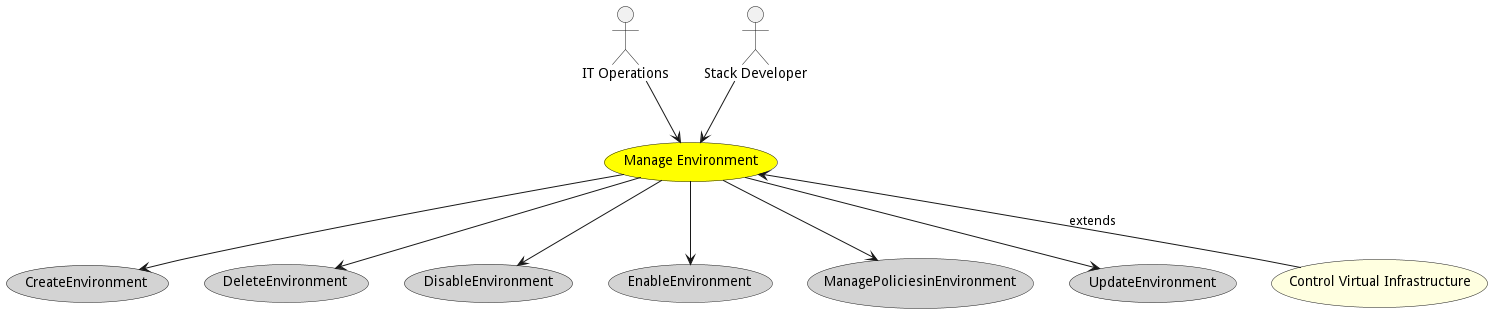
This is docs/edgemere/aml/ds/em/usecases/manageenvironment/Activities.png from madajaju/edgemere, a PlantUML export, as it was before one commit.
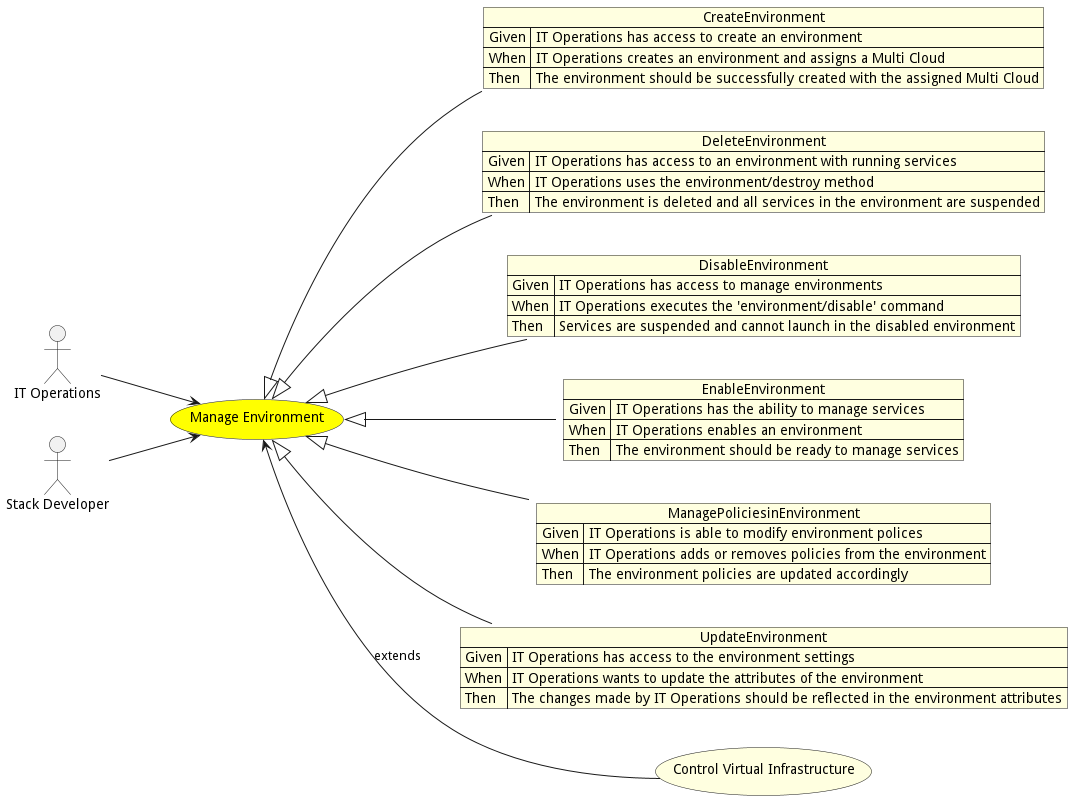
The same diagram one commit later.

What changed in the source:
```diff
@@ -1,5 +1,7 @@
 @startuml
 
+
+left to right direction
 
 usecase "Manage Environment" as ManageEnvironment #yellow
 
@@ -13,29 +15,53 @@
 
 
 
-usecase "CreateEnvironment" as CreateEnvironment #lightgrey
+json CreateEnvironment #lightyellow {
+    "Given": "IT Operations has access to create an environment",
+    "When": "IT Operations creates an environment and assigns a Multi Cloud ",
+    "Then": "The environment should be successfully created with the assigned Multi Cloud"
+}
 
-ManageEnvironment --> CreateEnvironment
+ManageEnvironment <|-- CreateEnvironment
 
-usecase "DeleteEnvironment" as DeleteEnvironment #lightgrey
+json DeleteEnvironment #lightyellow {
+    "Given": "IT Operations has access to an environment with running services",
+    "When": "IT Operations uses the environment/destroy method",
+    "Then": "The environment is deleted and all services in the environment are suspended"
+}
 
-ManageEnvironment --> DeleteEnvironment
+ManageEnvironment <|-- DeleteEnvironment
 
-usecase "DisableEnvironment" as DisableEnvironment #lightgrey
+json DisableEnvironment #lightyellow {
+    "Given": "IT Operations has access to manage environments",
+    "When": "IT Operations executes the &#39;environment/disable&#39; command",
+    "Then": "Services are suspended and cannot launch in the disabled environment"
+}
 
-ManageEnvironment --> DisableEnvironment
+ManageEnvironment <|-- DisableEnvironment
 
-usecase "EnableEnvironment" as EnableEnvironment #lightgrey
+json EnableEnvironment #lightyellow {
+    "Given": "IT Operations has the ability to manage services",
+    "When": "IT Operations enables an environment",
+    "Then": "The environment should be ready to manage services"
+}
 
-ManageEnvironment --> EnableEnvironment
+ManageEnvironment <|-- EnableEnvironment
 
-usecase "ManagePoliciesinEnvironment" as ManagePoliciesinEnvironment #lightgrey
+json ManagePoliciesinEnvironment #lightyellow {
+    "Given": "IT Operations is able to modify environment polices",
+    "When": "IT Operations adds or removes policies from the environment",
+    "Then": "The environment policies are updated accordingly"
+}
 
-ManageEnvironment --> ManagePoliciesinEnvironment
+ManageEnvironment <|-- ManagePoliciesinEnvironment
 
-usecase "UpdateEnvironment" as UpdateEnvironment #lightgrey
+json UpdateEnvironment #lightyellow {
+    "Given": "IT Operations has access to the environment settings",
+    "When": "IT Operations wants to update the attributes of the environment",
+    "Then": "The changes made by IT Operations should be reflected in the environment attributes"
+}
 
-ManageEnvironment --> UpdateEnvironment
+ManageEnvironment <|-- UpdateEnvironment
 
 
 
```
